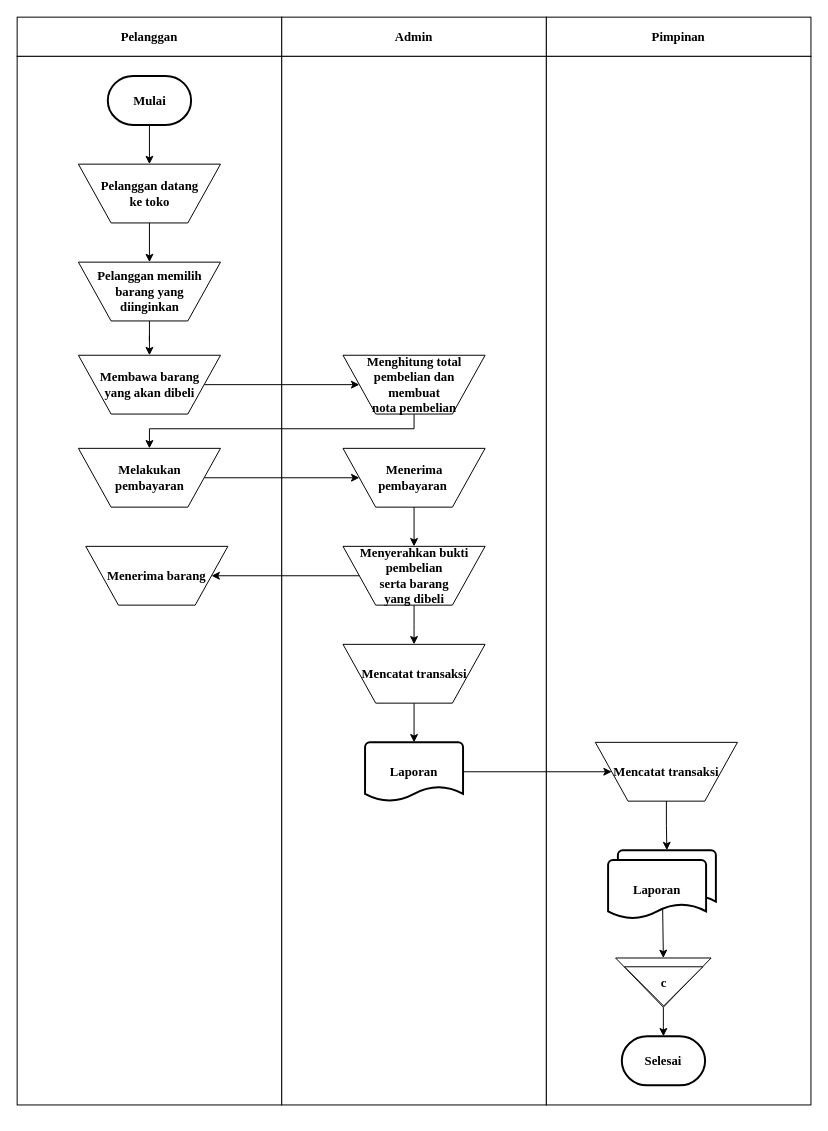
This is page "Flowchart" (3 of 4) of Diagram Tanpa Judul.drawio from Aestxyz/Draw-Io, a draw.io file, before an edit. Source tidied: cells renumbered, new cells numbered last; positions are measured from the earlier drawing's top-left corner, leaving out a move shared by most shapes. Both pictures are drawn from the tidied source at 98%, with x=0, y=0 at pixel (17, 17).
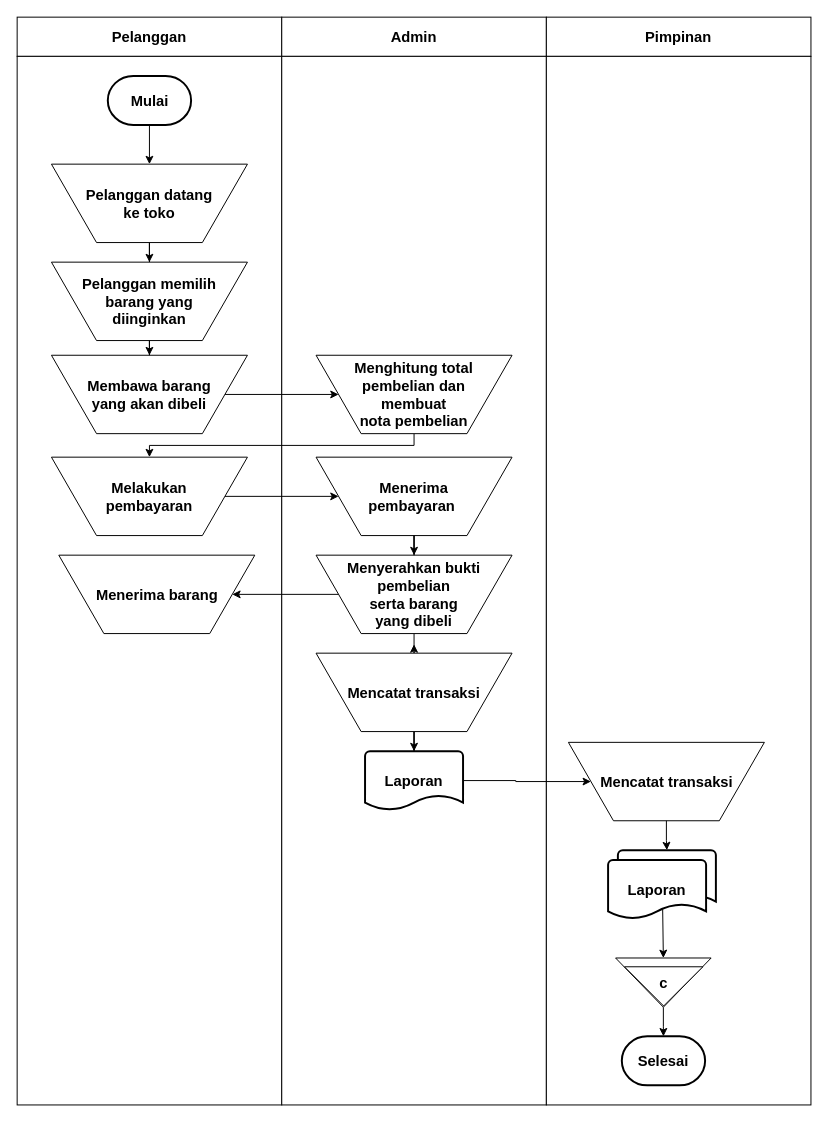
Above is the later version.

What changed in the source:
```diff
@@
-    <mxCell id="2" style="group;fontStyle=1;fontSize=13;fontFamily=Times New Roman;" parent="1" vertex="1">
-      <mxGeometry width="810" height="1110" as="geometry" />
+    <mxCell id="2" style="group;fontStyle=1;fontSize=15;fontFamily=Helvetica;" parent="1" vertex="1">
+      <mxGeometry width="810" height="1119" as="geometry" />
     </mxCell>
-    <mxCell id="3" style="group;fontStyle=1;fontSize=13;fontFamily=Times New Roman;" parent="2" vertex="1">
-      <mxGeometry width="810" height="1110" as="geometry" />
+    <mxCell id="3" style="group;fontStyle=1;fontSize=15;fontFamily=Helvetica;" parent="2" vertex="1">
+      <mxGeometry width="810" height="1119" as="geometry" />
     </mxCell>
-    <mxCell id="4" value="&lt;span style=&quot;font-size: 13px;&quot;&gt;&lt;font style=&quot;font-size: 13px;&quot;&gt;Pelanggan&lt;/font&gt;&lt;/span&gt;" style="rounded=0;whiteSpace=wrap;html=1;fontStyle=1;fontSize=13;fontFamily=Times New Roman;" parent="3" vertex="1">
+    <mxCell id="4" value="&lt;span style=&quot;font-size: 15px;&quot;&gt;&lt;font style=&quot;font-size: 15px;&quot;&gt;Pelanggan&lt;/font&gt;&lt;/span&gt;" style="rounded=0;whiteSpace=wrap;html=1;fontStyle=1;fontSize=15;fontFamily=Helvetica;" parent="3" vertex="1">
       <mxGeometry width="270" height="40" as="geometry" />
     </mxCell>
-    <mxCell id="5" value="&lt;span style=&quot;font-size: 13px;&quot;&gt;&lt;span style=&quot;font-size: 13px;&quot;&gt;Admin&lt;/span&gt;&lt;/span&gt;" style="rounded=0;whiteSpace=wrap;html=1;fontStyle=1;fontSize=13;fontFamily=Times New Roman;" parent="3" vertex="1">
+    <mxCell id="5" value="&lt;span style=&quot;font-size: 15px;&quot;&gt;&lt;span style=&quot;font-size: 15px;&quot;&gt;Admin&lt;/span&gt;&lt;/span&gt;" style="rounded=0;whiteSpace=wrap;html=1;fontStyle=1;fontSize=15;fontFamily=Helvetica;" parent="3" vertex="1">
       <mxGeometry x="270" width="270" height="40" as="geometry" />
     </mxCell>
-    <mxCell id="6" value="Pimpinan" style="rounded=0;whiteSpace=wrap;html=1;fontStyle=1;fontSize=13;fontFamily=Times New Roman;" parent="3" vertex="1">
+    <mxCell id="6" value="Pimpinan" style="rounded=0;whiteSpace=wrap;html=1;fontStyle=1;fontSize=15;fontFamily=Helvetica;" parent="3" vertex="1">
       <mxGeometry x="540" width="270" height="40" as="geometry" />
     </mxCell>
-    <mxCell id="7" style="rounded=0;whiteSpace=wrap;html=1;fontStyle=1;fontSize=13;fontFamily=Times New Roman;" parent="3" vertex="1">
+    <mxCell id="7" style="rounded=0;whiteSpace=wrap;html=1;fontStyle=1;fontSize=15;fontFamily=Helvetica;" parent="3" vertex="1">
       <mxGeometry y="40" width="270" height="1070" as="geometry" />
     </mxCell>
-    <mxCell id="8" style="rounded=0;whiteSpace=wrap;html=1;fontStyle=1;fontSize=13;fontFamily=Times New Roman;" parent="3" vertex="1">
+    <mxCell id="8" style="rounded=0;whiteSpace=wrap;html=1;fontStyle=1;fontSize=15;fontFamily=Helvetica;" parent="3" vertex="1">
       <mxGeometry x="270" y="40" width="270" height="1070" as="geometry" />
     </mxCell>
-    <mxCell id="9" style="rounded=0;whiteSpace=wrap;html=1;fontStyle=1;fontSize=13;fontFamily=Times New Roman;" parent="3" vertex="1">
+    <mxCell id="9" style="rounded=0;whiteSpace=wrap;html=1;fontStyle=1;fontSize=15;fontFamily=Helvetica;" parent="3" vertex="1">
       <mxGeometry x="540" y="40" width="270" height="1070" as="geometry" />
     </mxCell>
-    <mxCell id="10" style="edgeStyle=orthogonalEdgeStyle;rounded=0;jettySize=auto;html=1;fontStyle=1;fontSize=13;fontFamily=Times New Roman;" parent="3" edge="1" source="11" target="13">
+    <mxCell id="10" style="edgeStyle=orthogonalEdgeStyle;rounded=0;jettySize=auto;html=1;fontStyle=1;fontSize=15;fontFamily=Helvetica;" parent="3" edge="1" source="11" target="13">
       <mxGeometry relative="1" as="geometry" />
     </mxCell>
-    <mxCell id="11" value="Mulai" style="strokeWidth=2;html=1;shape=mxgraph.flowchart.terminator;whiteSpace=wrap;fontStyle=1;fontSize=13;fontFamily=Times New Roman;" parent="3" vertex="1">
+    <mxCell id="11" value="Mulai" style="strokeWidth=2;html=1;shape=mxgraph.flowchart.terminator;whiteSpace=wrap;fontStyle=1;fontSize=15;fontFamily=Helvetica;" parent="3" vertex="1">
       <mxGeometry x="92.5" y="60" width="85" height="50" as="geometry" />
     </mxCell>
-    <mxCell id="12" style="edgeStyle=orthogonalEdgeStyle;rounded=0;jettySize=auto;html=1;fontStyle=1;fontSize=13;fontFamily=Times New Roman;" parent="3" edge="1" source="13" target="15">
+    <mxCell id="12" style="edgeStyle=orthogonalEdgeStyle;rounded=0;jettySize=auto;html=1;fontStyle=1;fontSize=15;fontFamily=Helvetica;" parent="3" edge="1" source="13" target="15">
       <mxGeometry relative="1" as="geometry" />
     </mxCell>
-    <mxCell id="13" value="Pelanggan datang &lt;br style=&quot;font-size: 13px;&quot;&gt;ke toko" style="verticalLabelPosition=middle;verticalAlign=middle;html=1;shape=trapezoid;perimeter=trapezoidPerimeter;whiteSpace=wrap;size=0.23;arcSize=10;flipV=1;labelPosition=center;align=center;fontStyle=1;fontSize=13;fontFamily=Times New Roman;" parent="3" vertex="1">
-      <mxGeometry x="62.5" y="150" width="145" height="60" as="geometry" />
+    <mxCell id="13" value="Pelanggan datang &lt;br style=&quot;font-size: 15px;&quot;&gt;ke toko" style="verticalLabelPosition=middle;verticalAlign=middle;html=1;shape=trapezoid;perimeter=trapezoidPerimeter;whiteSpace=wrap;size=0.23;arcSize=10;flipV=1;labelPosition=center;align=center;fontStyle=1;fontSize=15;fontFamily=Helvetica;" parent="3" vertex="1">
+      <mxGeometry x="35" y="150" width="200" height="80" as="geometry" />
     </mxCell>
-    <mxCell id="14" style="edgeStyle=orthogonalEdgeStyle;rounded=0;jettySize=auto;html=1;fontStyle=1;fontSize=13;fontFamily=Times New Roman;" parent="3" edge="1" source="15" target="19">
+    <mxCell id="14" style="edgeStyle=orthogonalEdgeStyle;rounded=0;jettySize=auto;html=1;fontStyle=1;fontSize=15;fontFamily=Helvetica;" parent="3" edge="1" source="15" target="19">
       <mxGeometry relative="1" as="geometry" />
     </mxCell>
-    <mxCell id="15" value="Pelanggan memilih &lt;br style=&quot;font-size: 13px;&quot;&gt;barang yang &lt;br style=&quot;font-size: 13px;&quot;&gt;diinginkan" style="verticalLabelPosition=middle;verticalAlign=middle;html=1;shape=trapezoid;perimeter=trapezoidPerimeter;whiteSpace=wrap;size=0.23;arcSize=10;flipV=1;labelPosition=center;align=center;fontStyle=1;fontSize=13;fontFamily=Times New Roman;" parent="3" vertex="1">
-      <mxGeometry x="62.5" y="250" width="145" height="60" as="geometry" />
+    <mxCell id="15" value="Pelanggan memilih &lt;br style=&quot;font-size: 15px;&quot;&gt;barang yang &lt;br style=&quot;font-size: 15px;&quot;&gt;diinginkan" style="verticalLabelPosition=middle;verticalAlign=middle;html=1;shape=trapezoid;perimeter=trapezoidPerimeter;whiteSpace=wrap;size=0.23;arcSize=10;flipV=1;labelPosition=center;align=center;fontStyle=1;fontSize=15;fontFamily=Helvetica;" parent="3" vertex="1">
+      <mxGeometry x="35" y="250" width="200" height="80" as="geometry" />
     </mxCell>
-    <mxCell id="16" style="edgeStyle=orthogonalEdgeStyle;rounded=0;jettySize=auto;html=1;entryX=0.5;entryY=0;entryDx=0;entryDy=0;fontStyle=1;fontSize=13;fontFamily=Times New Roman;" parent="3" edge="1" source="17" target="21">
+    <mxCell id="16" style="edgeStyle=orthogonalEdgeStyle;rounded=0;jettySize=auto;html=1;entryX=0.5;entryY=0;entryDx=0;entryDy=0;fontStyle=1;fontSize=15;fontFamily=Helvetica;exitX=0.5;exitY=1;exitDx=0;exitDy=0;" parent="3" edge="1" source="17" target="21">
       <mxGeometry relative="1" as="geometry">
         <Array as="points">
-          <mxPoint x="405" y="420" />
-          <mxPoint x="135" y="420" />
+          <mxPoint x="405" y="437" />
+          <mxPoint x="135" y="437" />
         </Array>
       </mxGeometry>
     </mxCell>
-    <mxCell id="17" value="Menghitung total pembelian dan &lt;br style=&quot;font-size: 13px;&quot;&gt;membuat &lt;br style=&quot;font-size: 13px;&quot;&gt;nota pembelian" style="verticalLabelPosition=middle;verticalAlign=middle;html=1;shape=trapezoid;perimeter=trapezoidPerimeter;whiteSpace=wrap;size=0.23;arcSize=10;flipV=1;labelPosition=center;align=center;fontStyle=1;fontSize=13;fontFamily=Times New Roman;" parent="3" vertex="1">
-      <mxGeometry x="332.5" y="345" width="145" height="60" as="geometry" />
+    <mxCell id="17" value="Menghitung total &lt;br style=&quot;font-size: 15px;&quot;&gt;pembelian dan &lt;br style=&quot;font-size: 15px;&quot;&gt;membuat &lt;br style=&quot;font-size: 15px;&quot;&gt;nota pembelian" style="verticalLabelPosition=middle;verticalAlign=middle;html=1;shape=trapezoid;perimeter=trapezoidPerimeter;whiteSpace=wrap;size=0.23;arcSize=10;flipV=1;labelPosition=center;align=center;fontStyle=1;fontSize=15;fontFamily=Helvetica;" parent="3" vertex="1">
+      <mxGeometry x="305" y="345" width="200" height="80" as="geometry" />
     </mxCell>
-    <mxCell id="18" style="edgeStyle=orthogonalEdgeStyle;rounded=0;jettySize=auto;html=1;entryX=0;entryY=0.5;entryDx=0;entryDy=0;fontStyle=1;fontSize=13;fontFamily=Times New Roman;" parent="3" edge="1" source="19" target="17">
+    <mxCell id="18" style="edgeStyle=orthogonalEdgeStyle;rounded=0;jettySize=auto;html=1;entryX=0;entryY=0.5;entryDx=0;entryDy=0;fontStyle=1;fontSize=15;fontFamily=Helvetica;" parent="3" edge="1" source="19" target="17">
       <mxGeometry relative="1" as="geometry" />
     </mxCell>
-    <mxCell id="19" value="Membawa barang &lt;br style=&quot;font-size: 13px;&quot;&gt;yang akan dibeli" style="verticalLabelPosition=middle;verticalAlign=middle;html=1;shape=trapezoid;perimeter=trapezoidPerimeter;whiteSpace=wrap;size=0.23;arcSize=10;flipV=1;labelPosition=center;align=center;fontStyle=1;fontSize=13;fontFamily=Times New Roman;" parent="3" vertex="1">
-      <mxGeometry x="62.5" y="345" width="145" height="60" as="geometry" />
+    <mxCell id="19" value="Membawa barang &lt;br style=&quot;font-size: 15px;&quot;&gt;yang akan dibeli" style="verticalLabelPosition=middle;verticalAlign=middle;html=1;shape=trapezoid;perimeter=trapezoidPerimeter;whiteSpace=wrap;size=0.23;arcSize=10;flipV=1;labelPosition=center;align=center;fontStyle=1;fontSize=15;fontFamily=Helvetica;" parent="3" vertex="1">
+      <mxGeometry x="35" y="345" width="200" height="80" as="geometry" />
     </mxCell>
-    <mxCell id="20" style="edgeStyle=orthogonalEdgeStyle;rounded=0;jettySize=auto;html=1;fontStyle=1;fontSize=13;fontFamily=Times New Roman;" parent="3" edge="1" source="21" target="22">
+    <mxCell id="20" style="edgeStyle=orthogonalEdgeStyle;rounded=0;jettySize=auto;html=1;fontStyle=1;fontSize=15;fontFamily=Helvetica;" parent="3" edge="1" source="21" target="22">
       <mxGeometry relative="1" as="geometry" />
     </mxCell>
-    <mxCell id="21" value="Melakukan &lt;br style=&quot;font-size: 13px;&quot;&gt;pembayaran" style="verticalLabelPosition=middle;verticalAlign=middle;html=1;shape=trapezoid;perimeter=trapezoidPerimeter;whiteSpace=wrap;size=0.23;arcSize=10;flipV=1;labelPosition=center;align=center;fontStyle=1;fontSize=13;fontFamily=Times New Roman;" parent="3" vertex="1">
-      <mxGeometry x="62.5" y="440" width="145" height="60" as="geometry" />
+    <mxCell id="21" value="Melakukan &lt;br style=&quot;font-size: 15px;&quot;&gt;pembayaran" style="verticalLabelPosition=middle;verticalAlign=middle;html=1;shape=trapezoid;perimeter=trapezoidPerimeter;whiteSpace=wrap;size=0.23;arcSize=10;flipV=1;labelPosition=center;align=center;fontStyle=1;fontSize=15;fontFamily=Helvetica;" parent="3" vertex="1">
+      <mxGeometry x="35" y="449" width="200" height="80" as="geometry" />
     </mxCell>
-    <mxCell id="22" value="Menerima &lt;br style=&quot;font-size: 13px;&quot;&gt;pembayaran&amp;nbsp;" style="verticalLabelPosition=middle;verticalAlign=middle;html=1;shape=trapezoid;perimeter=trapezoidPerimeter;whiteSpace=wrap;size=0.23;arcSize=10;flipV=1;labelPosition=center;align=center;fontStyle=1;fontSize=13;fontFamily=Times New Roman;" parent="3" vertex="1">
-      <mxGeometry x="332.5" y="440" width="145" height="60" as="geometry" />
+    <mxCell id="22" value="Menerima &lt;br style=&quot;font-size: 15px;&quot;&gt;pembayaran&amp;nbsp;" style="verticalLabelPosition=middle;verticalAlign=middle;html=1;shape=trapezoid;perimeter=trapezoidPerimeter;whiteSpace=wrap;size=0.23;arcSize=10;flipV=1;labelPosition=center;align=center;fontStyle=1;fontSize=15;fontFamily=Helvetica;" parent="3" vertex="1">
+      <mxGeometry x="305" y="449" width="200" height="80" as="geometry" />
     </mxCell>
-    <mxCell id="23" style="edgeStyle=orthogonalEdgeStyle;rounded=0;jettySize=auto;html=1;fontStyle=1;fontSize=13;fontFamily=Times New Roman;" parent="3" edge="1" source="24">
+    <mxCell id="23" style="edgeStyle=orthogonalEdgeStyle;rounded=0;jettySize=auto;html=1;fontStyle=1;fontSize=15;fontFamily=Helvetica;" parent="3" edge="1" source="24">
       <mxGeometry relative="1" as="geometry">
         <mxPoint x="405" y="640" as="targetPoint" />
       </mxGeometry>
     </mxCell>
-    <mxCell id="24" value="&lt;font style=&quot;font-size: 13px;&quot;&gt;Menyerahkan bukti pembelian &lt;br style=&quot;font-size: 13px;&quot;&gt;serta barang &lt;br style=&quot;font-size: 13px;&quot;&gt;yang dibeli&lt;/font&gt;" style="verticalLabelPosition=middle;verticalAlign=middle;html=1;shape=trapezoid;perimeter=trapezoidPerimeter;whiteSpace=wrap;size=0.23;arcSize=10;flipV=1;labelPosition=center;align=center;fontStyle=1;fontSize=13;fontFamily=Times New Roman;" parent="3" vertex="1">
-      <mxGeometry x="332.5" y="540" width="145" height="60" as="geometry" />
+    <mxCell id="24" value="&lt;font style=&quot;font-size: 15px;&quot;&gt;Menyerahkan bukti pembelian &lt;br style=&quot;font-size: 15px;&quot;&gt;serta barang &lt;br style=&quot;font-size: 15px;&quot;&gt;yang dibeli&lt;/font&gt;" style="verticalLabelPosition=middle;verticalAlign=middle;html=1;shape=trapezoid;perimeter=trapezoidPerimeter;whiteSpace=wrap;size=0.23;arcSize=10;flipV=1;labelPosition=center;align=center;fontStyle=1;fontSize=15;fontFamily=Helvetica;" parent="3" vertex="1">
+      <mxGeometry x="305" y="549" width="200" height="80" as="geometry" />
     </mxCell>
-    <mxCell id="25" style="edgeStyle=orthogonalEdgeStyle;rounded=0;jettySize=auto;html=1;fontStyle=1;fontSize=13;fontFamily=Times New Roman;" parent="3" edge="1" source="22" target="24">
+    <mxCell id="25" style="edgeStyle=orthogonalEdgeStyle;rounded=0;jettySize=auto;html=1;fontStyle=1;fontSize=15;fontFamily=Helvetica;" parent="3" edge="1" source="22" target="24">
       <mxGeometry relative="1" as="geometry" />
     </mxCell>
-    <mxCell id="26" value="Menerima barang" style="verticalLabelPosition=middle;verticalAlign=middle;html=1;shape=trapezoid;perimeter=trapezoidPerimeter;whiteSpace=wrap;size=0.23;arcSize=10;flipV=1;labelPosition=center;align=center;fontStyle=1;fontSize=13;fontFamily=Times New Roman;" parent="3" vertex="1">
-      <mxGeometry x="70" y="540" width="145" height="60" as="geometry" />
+    <mxCell id="26" value="Menerima barang" style="verticalLabelPosition=middle;verticalAlign=middle;html=1;shape=trapezoid;perimeter=trapezoidPerimeter;whiteSpace=wrap;size=0.23;arcSize=10;flipV=1;labelPosition=center;align=center;fontStyle=1;fontSize=15;fontFamily=Helvetica;" parent="3" vertex="1">
+      <mxGeometry x="42.5" y="549" width="200" height="80" as="geometry" />
     </mxCell>
-    <mxCell id="27" style="edgeStyle=orthogonalEdgeStyle;rounded=0;jettySize=auto;html=1;fontStyle=1;fontSize=13;fontFamily=Times New Roman;" parent="3" edge="1" source="24" target="26">
+    <mxCell id="27" style="edgeStyle=orthogonalEdgeStyle;rounded=0;jettySize=auto;html=1;fontStyle=1;fontSize=15;fontFamily=Helvetica;" parent="3" edge="1" source="24" target="26">
       <mxGeometry relative="1" as="geometry" />
     </mxCell>
-    <mxCell id="28" style="edgeStyle=orthogonalEdgeStyle;rounded=0;jettySize=auto;html=1;fontStyle=1;fontSize=13;fontFamily=Times New Roman;" parent="3" edge="1" source="29" target="31">
+    <mxCell id="28" style="edgeStyle=orthogonalEdgeStyle;rounded=0;jettySize=auto;html=1;fontStyle=1;fontSize=15;fontFamily=Helvetica;" parent="3" edge="1" source="29" target="31">
       <mxGeometry relative="1" as="geometry" />
     </mxCell>
-    <mxCell id="29" value="Mencatat transaksi" style="verticalLabelPosition=middle;verticalAlign=middle;html=1;shape=trapezoid;perimeter=trapezoidPerimeter;whiteSpace=wrap;size=0.23;arcSize=10;flipV=1;labelPosition=center;align=center;fontStyle=1;fontSize=13;fontFamily=Times New Roman;" parent="3" vertex="1">
-      <mxGeometry x="332.5" y="640" width="145" height="60" as="geometry" />
+    <mxCell id="29" value="Mencatat transaksi" style="verticalLabelPosition=middle;verticalAlign=middle;html=1;shape=trapezoid;perimeter=trapezoidPerimeter;whiteSpace=wrap;size=0.23;arcSize=10;flipV=1;labelPosition=center;align=center;fontStyle=1;fontSize=15;fontFamily=Helvetica;" parent="3" vertex="1">
+      <mxGeometry x="305" y="649" width="200" height="80" as="geometry" />
     </mxCell>
-    <mxCell id="30" style="edgeStyle=orthogonalEdgeStyle;rounded=0;jettySize=auto;html=1;fontStyle=1;fontSize=13;fontFamily=Times New Roman;" parent="3" edge="1" source="31" target="32">
+    <mxCell id="30" style="edgeStyle=orthogonalEdgeStyle;rounded=0;jettySize=auto;html=1;fontStyle=1;fontSize=15;fontFamily=Helvetica;" parent="3" edge="1" source="31" target="32">
       <mxGeometry relative="1" as="geometry" />
     </mxCell>
-    <mxCell id="31" value="Laporan" style="strokeWidth=2;html=1;shape=mxgraph.flowchart.document2;whiteSpace=wrap;size=0.25;fontStyle=1;fontSize=13;fontFamily=Times New Roman;" parent="3" vertex="1">
-      <mxGeometry x="355" y="740" width="100" height="60" as="geometry" />
+    <mxCell id="31" value="Laporan" style="strokeWidth=2;html=1;shape=mxgraph.flowchart.document2;whiteSpace=wrap;size=0.25;fontStyle=1;fontSize=15;fontFamily=Helvetica;" parent="3" vertex="1">
+      <mxGeometry x="355" y="749" width="100" height="60" as="geometry" />
     </mxCell>
-    <mxCell id="32" value="Mencatat transaksi" style="verticalLabelPosition=middle;verticalAlign=middle;html=1;shape=trapezoid;perimeter=trapezoidPerimeter;whiteSpace=wrap;size=0.23;arcSize=10;flipV=1;labelPosition=center;align=center;fontStyle=1;fontSize=13;fontFamily=Times New Roman;" parent="3" vertex="1">
-      <mxGeometry x="590" y="740" width="145" height="60" as="geometry" />
+    <mxCell id="32" value="Mencatat transaksi" style="verticalLabelPosition=middle;verticalAlign=middle;html=1;shape=trapezoid;perimeter=trapezoidPerimeter;whiteSpace=wrap;size=0.23;arcSize=10;flipV=1;labelPosition=center;align=center;fontStyle=1;fontSize=15;fontFamily=Helvetica;" parent="3" vertex="1">
+      <mxGeometry x="562.5" y="740" width="200" height="80" as="geometry" />
     </mxCell>
-    <mxCell id="33" style="group;fontStyle=1;fontSize=13;fontFamily=Times New Roman;" parent="3" vertex="1">
+    <mxCell id="33" style="group;fontStyle=1;fontSize=15;fontFamily=Helvetica;" parent="3" vertex="1">
       <mxGeometry x="603" y="850" width="110" height="70" as="geometry" />
     </mxCell>
-    <mxCell id="34" style="strokeWidth=2;html=1;shape=mxgraph.flowchart.document2;whiteSpace=wrap;size=0.25;fontStyle=1;fontSize=13;fontFamily=Times New Roman;" parent="33" vertex="1">
+    <mxCell id="34" style="strokeWidth=2;html=1;shape=mxgraph.flowchart.document2;whiteSpace=wrap;size=0.25;fontStyle=1;fontSize=15;fontFamily=Helvetica;" parent="33" vertex="1">
       <mxGeometry x="10" width="100" height="60" as="geometry" />
     </mxCell>
-    <mxCell id="35" value="Laporan" style="strokeWidth=2;html=1;shape=mxgraph.flowchart.document2;whiteSpace=wrap;size=0.25;fontStyle=1;fontSize=13;fontFamily=Times New Roman;" parent="33" vertex="1">
+    <mxCell id="35" value="Laporan" style="strokeWidth=2;html=1;shape=mxgraph.flowchart.document2;whiteSpace=wrap;size=0.25;fontStyle=1;fontSize=15;fontFamily=Helvetica;" parent="33" vertex="1">
       <mxGeometry y="10" width="100" height="60" as="geometry" />
     </mxCell>
-    <mxCell id="36" style="group;fontStyle=1;fontSize=13;fontFamily=Times New Roman;" parent="3" vertex="1">
+    <mxCell id="36" style="group;fontStyle=1;fontSize=15;fontFamily=Helvetica;" parent="3" vertex="1">
       <mxGeometry x="610.7" y="960" width="97.5" height="50.2" as="geometry" />
     </mxCell>
-    <mxCell id="37" style="triangle;whiteSpace=wrap;html=1;rotation=90;direction=east;fontStyle=1;fontSize=13;fontFamily=Times New Roman;" parent="36" vertex="1">
+    <mxCell id="37" style="triangle;whiteSpace=wrap;html=1;rotation=90;direction=east;fontStyle=1;fontSize=15;fontFamily=Helvetica;" parent="36" vertex="1">
       <mxGeometry x="23.6" y="-23.6" width="50.2" height="97.5" as="geometry" />
     </mxCell>
-    <mxCell id="38" style="triangle;whiteSpace=wrap;html=1;rotation=90;direction=east;fontStyle=1;fontSize=13;fontFamily=Times New Roman;" parent="36" vertex="1">
+    <mxCell id="38" style="triangle;whiteSpace=wrap;html=1;rotation=90;direction=east;fontStyle=1;fontSize=15;fontFamily=Helvetica;" parent="36" vertex="1">
       <mxGeometry x="29" y="-11" width="40" height="80" as="geometry" />
     </mxCell>
-    <mxCell id="39" value="c" style="text;html=1;strokeColor=none;fillColor=none;align=center;verticalAlign=middle;whiteSpace=wrap;rounded=0;fontStyle=1;fontSize=13;fontFamily=Times New Roman;" parent="36" vertex="1">
+    <mxCell id="39" value="c" style="text;html=1;strokeColor=none;fillColor=none;align=center;verticalAlign=middle;whiteSpace=wrap;rounded=0;fontStyle=1;fontSize=15;fontFamily=Helvetica;" parent="36" vertex="1">
       <mxGeometry x="19" y="10.1" width="60" height="30" as="geometry" />
     </mxCell>
-    <mxCell id="40" style="edgeStyle=orthogonalEdgeStyle;rounded=0;jettySize=auto;html=1;entryX=0.5;entryY=0;entryDx=0;entryDy=0;entryPerimeter=0;fontStyle=1;fontSize=13;fontFamily=Times New Roman;" parent="3" edge="1" source="32" target="34">
+    <mxCell id="40" style="edgeStyle=orthogonalEdgeStyle;rounded=0;jettySize=auto;html=1;entryX=0.5;entryY=0;entryDx=0;entryDy=0;entryPerimeter=0;fontStyle=1;fontSize=15;fontFamily=Helvetica;" parent="3" edge="1" source="32" target="34">
       <mxGeometry relative="1" as="geometry" />
     </mxCell>
-    <mxCell id="41" style="endArrow=classic;html=1;rounded=0;exitX=0.557;exitY=0.85;exitDx=0;exitDy=0;exitPerimeter=0;entryX=0;entryY=0.5;entryDx=0;entryDy=0;fontStyle=1;fontSize=13;fontFamily=Times New Roman;" parent="3" edge="1" source="35" target="37">
+    <mxCell id="41" style="endArrow=classic;html=1;rounded=0;exitX=0.557;exitY=0.85;exitDx=0;exitDy=0;exitPerimeter=0;entryX=0;entryY=0.5;entryDx=0;entryDy=0;fontStyle=1;fontSize=15;fontFamily=Helvetica;" parent="3" edge="1" source="35" target="37">
       <mxGeometry relative="1" as="geometry" />
     </mxCell>
-    <mxCell id="42" value="Selesai" style="strokeWidth=2;html=1;shape=mxgraph.flowchart.terminator;whiteSpace=wrap;fontStyle=1;fontSize=13;fontFamily=Times New Roman;" parent="2" vertex="1">
+    <mxCell id="42" value="Selesai" style="strokeWidth=2;html=1;shape=mxgraph.flowchart.terminator;whiteSpace=wrap;fontStyle=1;fontSize=15;fontFamily=Helvetica;" parent="2" vertex="1">
       <mxGeometry x="617" y="1040" width="85" height="50" as="geometry" />
     </mxCell>
-    <mxCell id="43" style="edgeStyle=orthogonalEdgeStyle;rounded=0;jettySize=auto;html=1;entryX=0.5;entryY=0;entryDx=0;entryDy=0;entryPerimeter=0;fontStyle=1;fontSize=13;fontFamily=Times New Roman;" parent="2" edge="1" source="37" target="42">
+    <mxCell id="43" style="edgeStyle=orthogonalEdgeStyle;rounded=0;jettySize=auto;html=1;entryX=0.5;entryY=0;entryDx=0;entryDy=0;entryPerimeter=0;fontStyle=1;fontSize=15;fontFamily=Helvetica;" parent="2" edge="1" source="37" target="42">
       <mxGeometry relative="1" as="geometry" />
     </mxCell>
```
